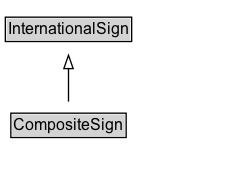
The Graphviz diagram docs/diagrams/CompositeSign.dot.png in k-vaughn/ontology-its-regulation, before a commit. Its source is kept beside it as docs/diagrams/CompositeSign.dot.
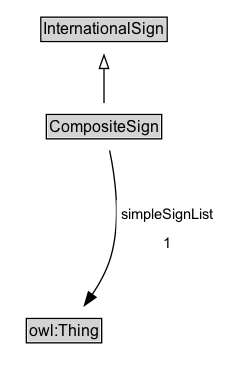
Above is the later version.

The edit, as a diff of the source:
```diff
@@ -13,6 +13,11 @@
 	subgraph cluster_associated {
 		label="" style=invis
 		Invis [label=<<TABLE BORDER="0" CELLBORDER="0" CELLSPACING="0" CELLPADDING="1"><TR><TD></TD></TR></TABLE>> margin=0 style=invis]
+		owl_Thing [label=<<TABLE BORDER="1" CELLBORDER="0" CELLSPACING="0" CELLPADDING="1"><TR><TD BGCOLOR="lightgray" ALIGN="CENTER">owl:Thing</TD></TR></TABLE>> URL="https://w3id.org/citydata/imported/owl/latest/Thing" margin=0]
 	}
 	CompositeSign -> InternationalSign [arrowhead=onormal style=solid]
+	CompositeSign -> Invis [style=invis]
+	Invis -> owl_Thing [style=invis]
+	owl_Thing [label=<<TABLE BORDER="1" CELLBORDER="0" CELLSPACING="0" CELLPADDING="1"><TR><TD BGCOLOR="lightgray" ALIGN="CENTER">owl:Thing</TD></TR></TABLE>> URL="https://w3id.org/citydata/imported/owl/latest/Thing" margin=0]
+	CompositeSign -> owl_Thing [label=<<TABLE BORDER="0" CELLBORDER="0" CELLSPACING="0" CELLPADDING="4" BGCOLOR="white"><TR><TD ALIGN="CENTER">simpleSignList</TD></TR><TR><TD ALIGN="CENTER">1</TD></TR></TABLE>> arrowhead=normal style=solid]
 }
```
